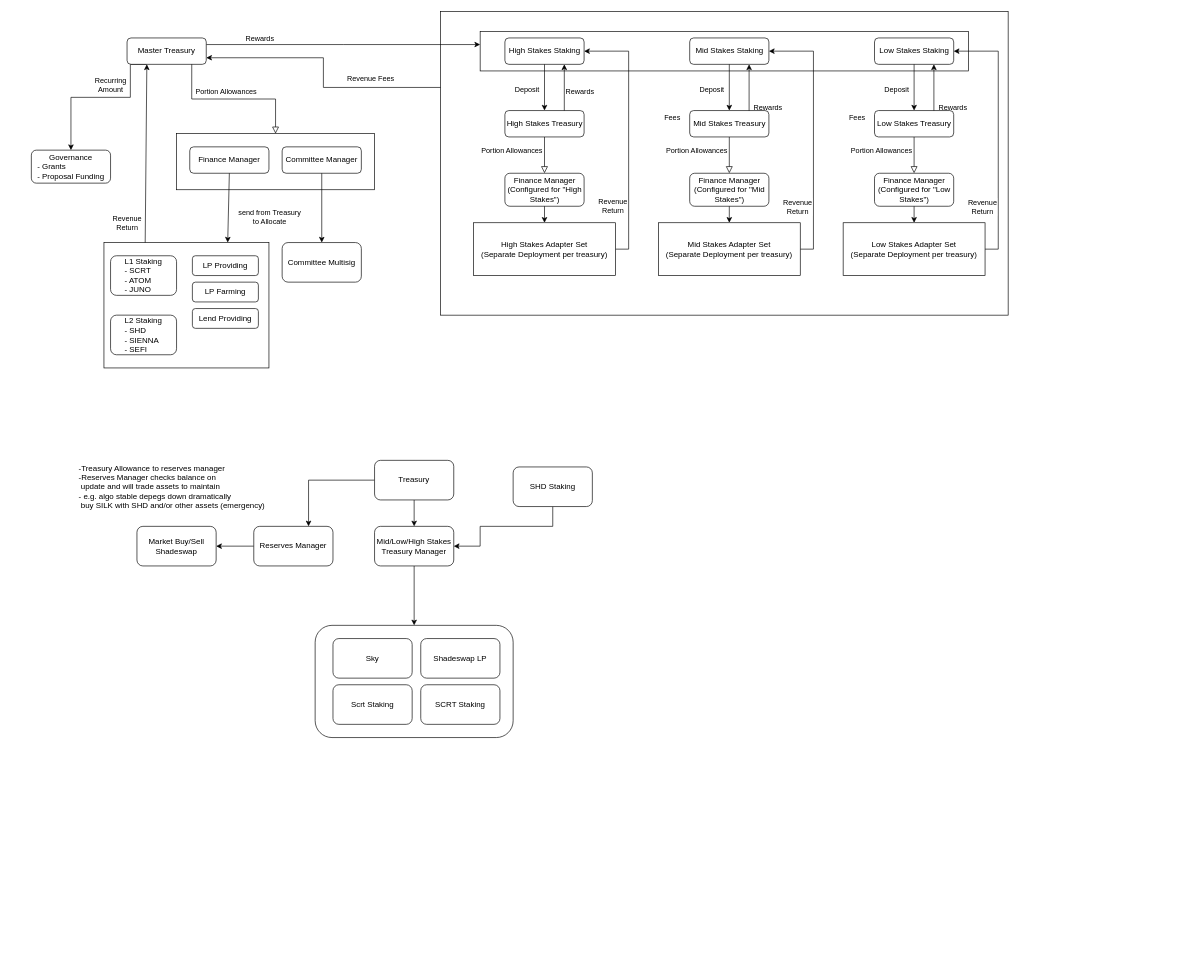
Above: dao.drawio in securesecrets/shade (draw.io), before the change. Source tidied: cells renumbered, new cells numbered last; positions are measured from the earlier drawing's top-left corner, leaving out a move shared by most shapes. Both pictures are drawn from the tidied source at 66%, with x=0, y=0 at pixel (31, 11).
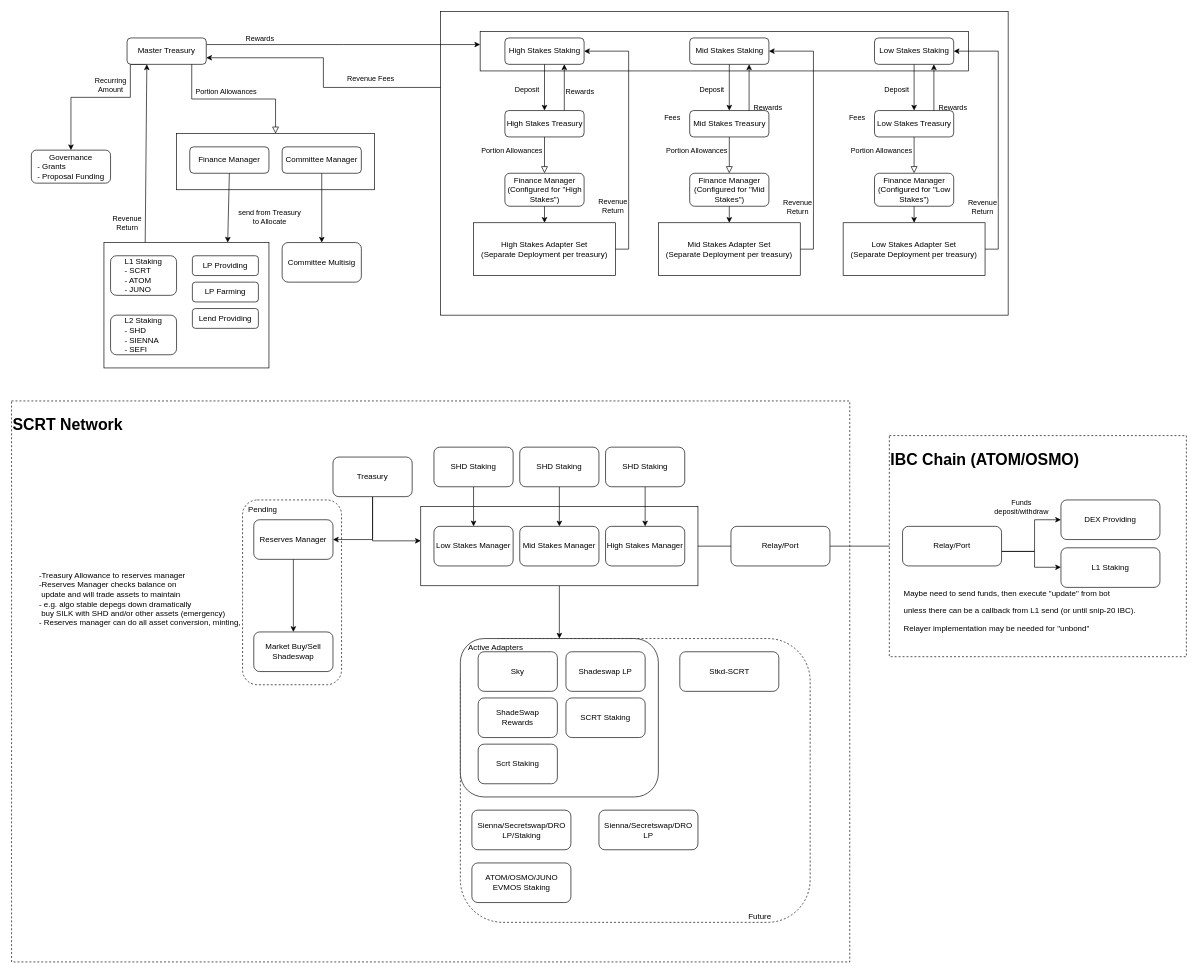
The same page after the edit.

The edit, as a diff of the source:
```diff
@@
+    <mxCell id="86" value="&lt;h1&gt;SCRT Network&lt;/h1&gt;" style="rounded=0;whiteSpace=wrap;html=1;dashed=1;align=left;verticalAlign=top;" parent="1" vertex="1">
+      <mxGeometry x="-30" y="590" width="1270" height="850" as="geometry" />
+    </mxCell>
+    <mxCell id="87" value="&amp;nbsp; Pending" style="rounded=1;whiteSpace=wrap;html=1;dashed=1;align=left;verticalAlign=top;" parent="1" vertex="1">
+      <mxGeometry x="320" y="740" width="150" height="280" as="geometry" />
+    </mxCell>
+    <mxCell id="88" style="edgeStyle=orthogonalEdgeStyle;rounded=0;jettySize=auto;html=1;entryX=0;entryY=0.5;entryDx=0;entryDy=0;startArrow=none;" parent="1" edge="1" source="112" target="108">
+      <mxGeometry relative="1" as="geometry" />
+    </mxCell>
+    <mxCell id="89" style="edgeStyle=orthogonalEdgeStyle;rounded=0;jettySize=auto;html=1;entryX=0.5;entryY=0;entryDx=0;entryDy=0;" parent="1" edge="1" source="90" target="2">
+      <mxGeometry relative="1" as="geometry" />
+    </mxCell>
+    <mxCell id="90" style="rounded=0;whiteSpace=wrap;html=1;" parent="1" vertex="1">
+      <mxGeometry x="590" y="750" width="420" height="120" as="geometry" />
+    </mxCell>
+    <mxCell id="91" value="Future&amp;nbsp; &amp;nbsp; &amp;nbsp; &amp;nbsp; &amp;nbsp; &amp;nbsp; &amp;nbsp; &amp;nbsp; &amp;nbsp;" style="rounded=1;whiteSpace=wrap;html=1;dashed=1;align=right;verticalAlign=bottom;" parent="1" vertex="1">
+      <mxGeometry x="650" y="950" width="530" height="430" as="geometry" />
+    </mxCell>
-    <mxCell id="2" style="rounded=1;whiteSpace=wrap;html=1;" parent="1" vertex="1">
-      <mxGeometry x="430" y="930" width="300" height="170" as="geometry" />
+    <mxCell id="2" value="&amp;nbsp; &amp;nbsp;Active Adapters" style="rounded=1;whiteSpace=wrap;html=1;align=left;verticalAlign=top;" parent="1" vertex="1">
+      <mxGeometry x="650" y="950" width="300" height="240" as="geometry" />
     </mxCell>
@@
-    <mxCell id="71" style="edgeStyle=orthogonalEdgeStyle;rounded=0;jettySize=auto;html=1;" parent="1" edge="1" source="73" target="75">
-      <mxGeometry relative="1" as="geometry" />
+    <mxCell id="71" style="edgeStyle=orthogonalEdgeStyle;rounded=0;jettySize=auto;html=1;startArrow=none;" parent="1" edge="1" source="90" target="75">
+      <mxGeometry relative="1" as="geometry">
+        <Array as="points">
+          <mxPoint x="620" y="760" />
+        </Array>
+      </mxGeometry>
     </mxCell>
-    <mxCell id="72" style="edgeStyle=orthogonalEdgeStyle;rounded=0;jettySize=auto;html=1;" parent="1" edge="1" source="73" target="77">
+    <mxCell id="72" style="edgeStyle=orthogonalEdgeStyle;rounded=0;jettySize=auto;html=1;exitX=0.5;exitY=1;exitDx=0;exitDy=0;entryX=1;entryY=0.5;entryDx=0;entryDy=0;" parent="1" edge="1" source="73" target="77">
       <mxGeometry relative="1" as="geometry">
         <Array as="points">
-          <mxPoint x="420" y="710" />
+          <mxPoint x="517" y="800" />
         </Array>
       </mxGeometry>
     </mxCell>
+    <mxCell id="92" style="edgeStyle=orthogonalEdgeStyle;rounded=0;jettySize=auto;html=1;entryX=0;entryY=0.433;entryDx=0;entryDy=0;entryPerimeter=0;exitX=0.5;exitY=1;exitDx=0;exitDy=0;" parent="1" edge="1" source="73" target="90">
+      <mxGeometry relative="1" as="geometry" />
+    </mxCell>
     <mxCell id="73" value="Treasury" style="rounded=1;whiteSpace=wrap;html=1;" parent="1" vertex="1">
-      <mxGeometry x="520" y="680" width="120" height="60" as="geometry" />
+      <mxGeometry x="457" y="675" width="120" height="60" as="geometry" />
     </mxCell>
-    <mxCell id="74" style="edgeStyle=orthogonalEdgeStyle;rounded=0;jettySize=auto;html=1;entryX=0.5;entryY=0;entryDx=0;entryDy=0;" parent="1" edge="1" source="75" target="2">
-      <mxGeometry relative="1" as="geometry" />
-    </mxCell>
-    <mxCell id="75" value="Mid/Low/High Stakes&lt;br&gt;Treasury Manager" style="rounded=1;whiteSpace=wrap;html=1;" parent="1" vertex="1">
-      <mxGeometry x="520" y="780" width="120" height="60" as="geometry" />
+    <mxCell id="75" value="Low Stakes Manager" style="rounded=1;whiteSpace=wrap;html=1;" parent="1" vertex="1">
+      <mxGeometry x="610" y="780" width="120" height="60" as="geometry" />
     </mxCell>
-    <mxCell id="76" style="edgeStyle=orthogonalEdgeStyle;rounded=0;jettySize=auto;html=1;entryX=1;entryY=0.5;entryDx=0;entryDy=0;" parent="1" edge="1" source="77" target="84">
+    <mxCell id="76" style="edgeStyle=orthogonalEdgeStyle;rounded=0;jettySize=auto;html=1;entryX=0.5;entryY=0;entryDx=0;entryDy=0;" parent="1" edge="1" source="77" target="84">
       <mxGeometry relative="1" as="geometry" />
     </mxCell>
     <mxCell id="77" value="Reserves Manager" style="rounded=1;whiteSpace=wrap;html=1;" parent="1" vertex="1">
-      <mxGeometry x="337" y="780" width="120" height="60" as="geometry" />
+      <mxGeometry x="337" y="770" width="120" height="60" as="geometry" />
     </mxCell>
     <mxCell id="78" value="Sky" style="rounded=1;whiteSpace=wrap;html=1;" parent="1" vertex="1">
-      <mxGeometry x="457" y="950" width="120" height="60" as="geometry" />
+      <mxGeometry x="677" y="970" width="120" height="60" as="geometry" />
     </mxCell>
     <mxCell id="79" value="Shadeswap LP" style="rounded=1;whiteSpace=wrap;html=1;" parent="1" vertex="1">
-      <mxGeometry x="590" y="950" width="120" height="60" as="geometry" />
+      <mxGeometry x="810" y="970" width="120" height="60" as="geometry" />
     </mxCell>
     <mxCell id="80" style="edgeStyle=orthogonalEdgeStyle;rounded=0;jettySize=auto;html=1;exitX=0.5;exitY=1;exitDx=0;exitDy=0;" parent="1" edge="1" source="81" target="75">
-      <mxGeometry relative="1" as="geometry">
-        <Array as="points">
-          <mxPoint x="790" y="780" />
-          <mxPoint x="680" y="780" />
-          <mxPoint x="680" y="810" />
-        </Array>
-      </mxGeometry>
+      <mxGeometry relative="1" as="geometry" />
     </mxCell>
     <mxCell id="81" value="SHD Staking" style="rounded=1;whiteSpace=wrap;html=1;" parent="1" vertex="1">
-      <mxGeometry x="730" y="690" width="120" height="60" as="geometry" />
+      <mxGeometry x="610" y="660" width="120" height="60" as="geometry" />
     </mxCell>
-    <mxCell id="82" value="Scrt Staking" style="rounded=1;whiteSpace=wrap;html=1;" parent="1" vertex="1">
-      <mxGeometry x="457" y="1020" width="120" height="60" as="geometry" />
+    <mxCell id="82" value="ShadeSwap &lt;br&gt;Rewards" style="rounded=1;whiteSpace=wrap;html=1;" parent="1" vertex="1">
+      <mxGeometry x="677" y="1040" width="120" height="60" as="geometry" />
     </mxCell>
     <mxCell id="83" value="SCRT Staking" style="rounded=1;whiteSpace=wrap;html=1;" parent="1" vertex="1">
-      <mxGeometry x="590" y="1020" width="120" height="60" as="geometry" />
+      <mxGeometry x="810" y="1040" width="120" height="60" as="geometry" />
     </mxCell>
     <mxCell id="84" value="Market Buy/Sell Shadeswap" style="rounded=1;whiteSpace=wrap;html=1;" parent="1" vertex="1">
-      <mxGeometry x="160" y="780" width="120" height="60" as="geometry" />
+      <mxGeometry x="337" y="940" width="120" height="60" as="geometry" />
     </mxCell>
-    <mxCell id="85" value="&lt;div style=&quot;&quot;&gt;&lt;span style=&quot;background-color: initial;&quot;&gt;-Treasury Allowance to reserves manager&lt;/span&gt;&lt;/div&gt;&lt;div style=&quot;&quot;&gt;&lt;span style=&quot;background-color: initial;&quot;&gt;-Reserves Manager checks balance on&amp;nbsp;&lt;/span&gt;&lt;/div&gt;&lt;div style=&quot;&quot;&gt;&lt;span style=&quot;background-color: initial;&quot;&gt;&lt;span style=&quot;white-space: pre;&quot;&gt; &lt;/span&gt;update and will trade assets to maintain&lt;/span&gt;&lt;/div&gt;&lt;div style=&quot;&quot;&gt;&lt;span style=&quot;background-color: initial;&quot;&gt;- e.g. algo stable depegs down dramatically&lt;/span&gt;&lt;/div&gt;&lt;div style=&quot;&quot;&gt;&lt;span style=&quot;background-color: initial;&quot;&gt;&lt;span style=&quot;white-space: pre;&quot;&gt; &lt;/span&gt;buy SILK with SHD and/or other assets (emergency)&lt;/span&gt;&lt;/div&gt;" style="text;html=1;align=left;verticalAlign=middle;strokeColor=none;fillColor=none;" parent="1" vertex="1">
-      <mxGeometry x="70" y="680" width="320" height="80" as="geometry" />
+    <mxCell id="85" value="&lt;div style=&quot;&quot;&gt;&lt;span style=&quot;background-color: initial;&quot;&gt;-Treasury Allowance to reserves manager&lt;/span&gt;&lt;/div&gt;&lt;div style=&quot;&quot;&gt;&lt;span style=&quot;background-color: initial;&quot;&gt;-Reserves Manager checks balance on&amp;nbsp;&lt;/span&gt;&lt;/div&gt;&lt;div style=&quot;&quot;&gt;&lt;span style=&quot;background-color: initial;&quot;&gt;&lt;span style=&quot;white-space: pre;&quot;&gt; &lt;/span&gt;update and will trade assets to maintain&lt;/span&gt;&lt;/div&gt;&lt;div style=&quot;&quot;&gt;&lt;span style=&quot;background-color: initial;&quot;&gt;- e.g. algo stable depegs down dramatically&lt;/span&gt;&lt;/div&gt;&lt;div style=&quot;&quot;&gt;&lt;span style=&quot;background-color: initial;&quot;&gt;&lt;span style=&quot;white-space: pre;&quot;&gt; &lt;/span&gt;buy SILK with SHD and/or other assets (emergency)&lt;/span&gt;&lt;/div&gt;&lt;div style=&quot;&quot;&gt;&lt;span style=&quot;background-color: initial;&quot;&gt;- Reserves manager can do all asset conversion, minting,&amp;nbsp;&lt;/span&gt;&lt;/div&gt;" style="text;html=1;align=left;verticalAlign=middle;strokeColor=none;fillColor=none;" parent="1" vertex="1">
+      <mxGeometry x="10" y="845" width="320" height="90" as="geometry" />
     </mxCell>
+    <mxCell id="93" value="Mid Stakes Manager" style="rounded=1;whiteSpace=wrap;html=1;" parent="1" vertex="1">
+      <mxGeometry x="740" y="780" width="120" height="60" as="geometry" />
+    </mxCell>
+    <mxCell id="94" value="High Stakes Manager" style="rounded=1;whiteSpace=wrap;html=1;" parent="1" vertex="1">
+      <mxGeometry x="870" y="780" width="120" height="60" as="geometry" />
+    </mxCell>
+    <mxCell id="95" style="edgeStyle=orthogonalEdgeStyle;rounded=0;jettySize=auto;html=1;entryX=0.5;entryY=0;entryDx=0;entryDy=0;" parent="1" edge="1" source="96" target="93">
+      <mxGeometry relative="1" as="geometry" />
+    </mxCell>
+    <mxCell id="96" value="SHD Staking" style="rounded=1;whiteSpace=wrap;html=1;" parent="1" vertex="1">
+      <mxGeometry x="740" y="660" width="120" height="60" as="geometry" />
+    </mxCell>
+    <mxCell id="97" style="edgeStyle=orthogonalEdgeStyle;rounded=0;jettySize=auto;html=1;entryX=0.5;entryY=0;entryDx=0;entryDy=0;" parent="1" edge="1" source="98" target="94">
+      <mxGeometry relative="1" as="geometry" />
+    </mxCell>
+    <mxCell id="98" value="SHD Staking" style="rounded=1;whiteSpace=wrap;html=1;" parent="1" vertex="1">
+      <mxGeometry x="870" y="660" width="120" height="60" as="geometry" />
+    </mxCell>
+    <mxCell id="99" value="Sienna/Secretswap/DRO LP/Staking" style="rounded=1;whiteSpace=wrap;html=1;" parent="1" vertex="1">
+      <mxGeometry x="667.5" y="1210" width="150" height="60" as="geometry" />
+    </mxCell>
+    <mxCell id="100" value="ATOM/OSMO/JUNO&lt;br&gt;EVMOS Staking" style="rounded=1;whiteSpace=wrap;html=1;" parent="1" vertex="1">
+      <mxGeometry x="667.5" y="1290" width="150" height="60" as="geometry" />
+    </mxCell>
+    <mxCell id="101" value="Sienna/Secretswap/DRO LP" style="rounded=1;whiteSpace=wrap;html=1;" parent="1" vertex="1">
+      <mxGeometry x="860" y="1210" width="150" height="60" as="geometry" />
+    </mxCell>
+    <mxCell id="102" value="Scrt Staking" style="rounded=1;whiteSpace=wrap;html=1;" parent="1" vertex="1">
+      <mxGeometry x="677" y="1110" width="120" height="60" as="geometry" />
+    </mxCell>
+    <mxCell id="103" value="Stkd-SCRT" style="rounded=1;whiteSpace=wrap;html=1;" parent="1" vertex="1">
+      <mxGeometry x="982.5" y="970" width="150" height="60" as="geometry" />
+    </mxCell>
+    <mxCell id="104" value="&lt;h1&gt;IBC Chain (ATOM/OSMO)&lt;/h1&gt;" style="rounded=0;whiteSpace=wrap;html=1;dashed=1;align=left;verticalAlign=top;" parent="1" vertex="1">
+      <mxGeometry x="1300" y="642.5" width="450" height="335" as="geometry" />
+    </mxCell>
+    <mxCell id="105" style="edgeStyle=orthogonalEdgeStyle;rounded=0;jettySize=auto;html=1;entryX=0;entryY=0.5;entryDx=0;entryDy=0;" parent="1" edge="1" source="108" target="110">
+      <mxGeometry relative="1" as="geometry">
+        <Array as="points">
+          <mxPoint x="1520" y="818" />
+          <mxPoint x="1520" y="770" />
+        </Array>
+      </mxGeometry>
+    </mxCell>
+    <mxCell id="106" style="edgeStyle=orthogonalEdgeStyle;rounded=0;jettySize=auto;html=1;" parent="1" edge="1" source="108" target="109">
+      <mxGeometry relative="1" as="geometry">
+        <Array as="points">
+          <mxPoint x="1520" y="818" />
+          <mxPoint x="1520" y="842" />
+        </Array>
+      </mxGeometry>
+    </mxCell>
+    <mxCell id="107" value="Funds &lt;br&gt;deposit/withdraw" style="edgeLabel;html=1;align=center;verticalAlign=middle;" parent="106" vertex="1">
+      <mxGeometry x="-0.45" y="1" relative="1" as="geometry">
+        <mxPoint x="-2" y="-67" as="offset" />
+      </mxGeometry>
+    </mxCell>
+    <mxCell id="108" value="Relay/Port" style="rounded=1;whiteSpace=wrap;html=1;" parent="1" vertex="1">
+      <mxGeometry x="1320" y="780" width="150" height="60" as="geometry" />
+    </mxCell>
+    <mxCell id="109" value="L1 Staking" style="rounded=1;whiteSpace=wrap;html=1;" parent="1" vertex="1">
+      <mxGeometry x="1560" y="812.5" width="150" height="60" as="geometry" />
+    </mxCell>
+    <mxCell id="110" value="DEX Providing" style="rounded=1;whiteSpace=wrap;html=1;" parent="1" vertex="1">
+      <mxGeometry x="1560" y="740" width="150" height="60" as="geometry" />
+    </mxCell>
+    <mxCell id="111" value="&lt;p&gt;Maybe need to send funds,&amp;nbsp;&lt;span style=&quot;background-color: initial;&quot;&gt;then execute &quot;update&quot; from bot&lt;/span&gt;&lt;/p&gt;&lt;p&gt;&lt;span style=&quot;background-color: initial;&quot;&gt;unless there can be a callback from L1 send (or until snip-20 IBC).&lt;/span&gt;&lt;/p&gt;&lt;p&gt;&lt;span style=&quot;background-color: initial;&quot;&gt;Relayer implementation may be needed for &quot;unbond&quot;&lt;/span&gt;&lt;/p&gt;" style="text;html=1;align=left;verticalAlign=middle;strokeColor=none;fillColor=none;" parent="1" vertex="1">
+      <mxGeometry x="1320" y="857.5" width="370" height="100" as="geometry" />
+    </mxCell>
+    <mxCell id="112" value="Relay/Port" style="rounded=1;whiteSpace=wrap;html=1;" parent="1" vertex="1">
+      <mxGeometry x="1060" y="780" width="150" height="60" as="geometry" />
+    </mxCell>
+    <mxCell id="113" style="edgeStyle=orthogonalEdgeStyle;rounded=0;jettySize=auto;html=1;entryX=0;entryY=0.5;entryDx=0;entryDy=0;endArrow=none;" parent="1" edge="1" source="90" target="112">
+      <mxGeometry relative="1" as="geometry" />
+    </mxCell>
```
